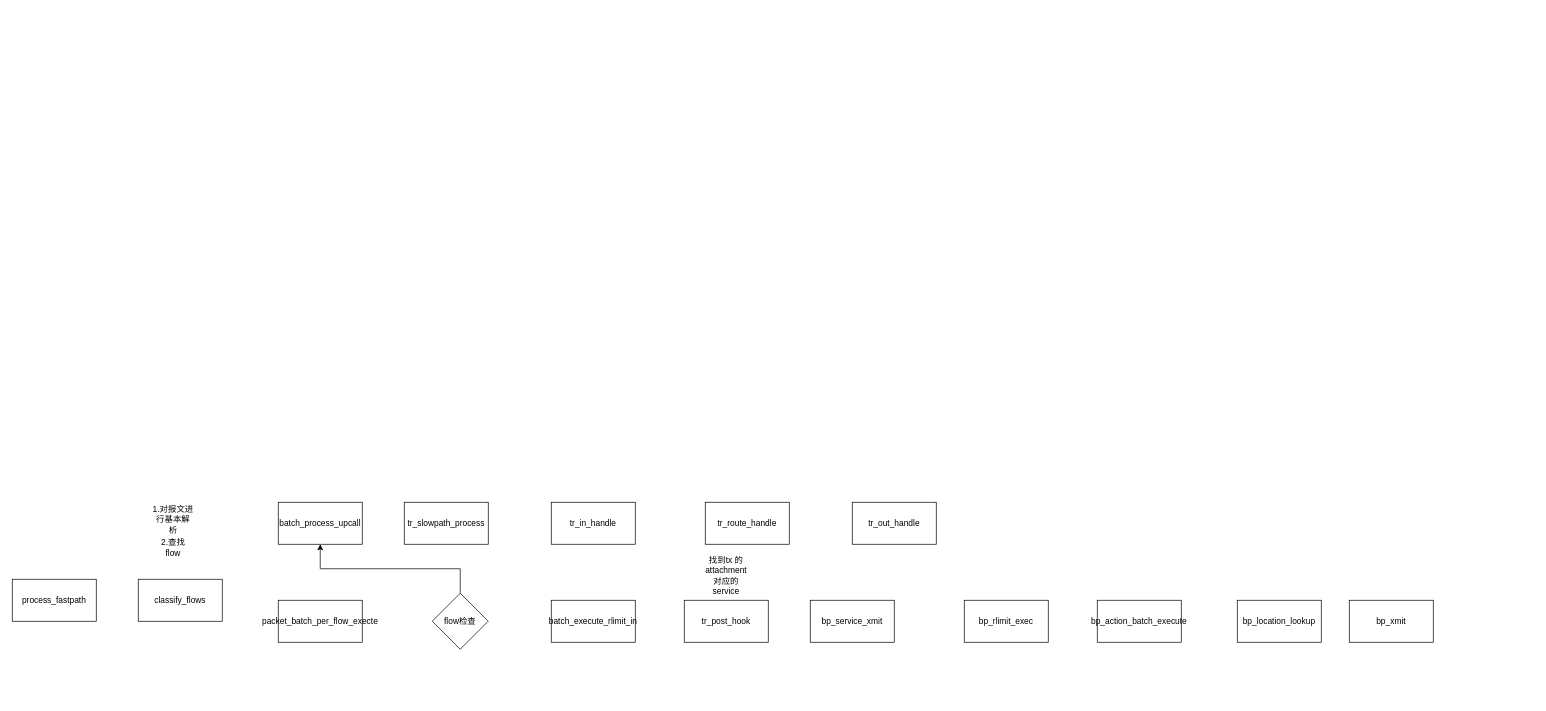
Before: 未命名绘图.drawio in gaowenbin00/username.GitHub.io, a draw.io diagram. Source tidied: cells renumbered, new cells numbered last; positions are measured from the earlier drawing's top-left corner, leaving out a move shared by most shapes. Both pictures are drawn from the tidied source at 70%, with x=0, y=0 at pixel (12, 502).
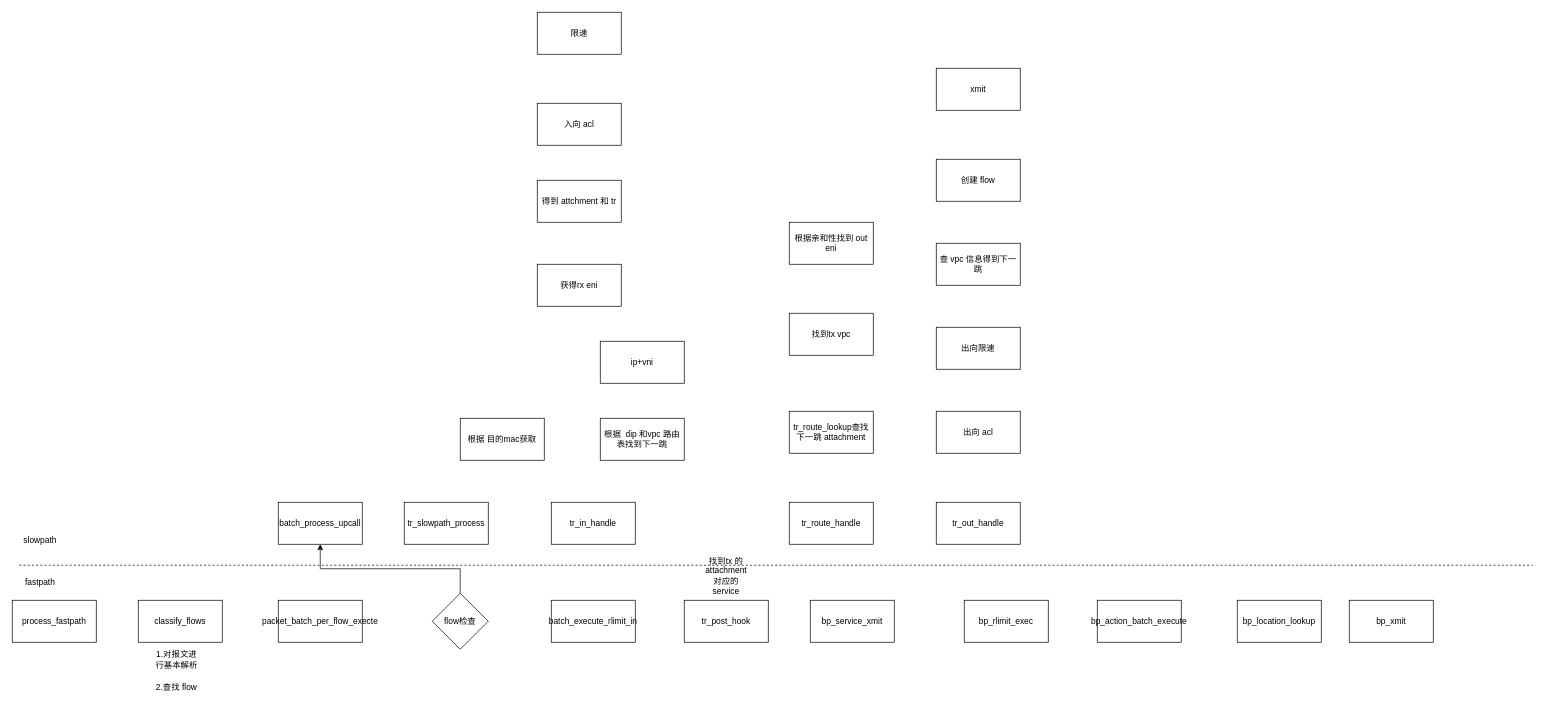
The same diagram, later.

Change to the diagram source:
```diff
@@
     <mxCell id="2" value="process_fastpath" style="rounded=0;whiteSpace=wrap;html=1;" parent="1" vertex="1">
-      <mxGeometry y="110" width="120" height="60" as="geometry" />
+      <mxGeometry y="140" width="120" height="60" as="geometry" />
     </mxCell>
     <mxCell id="3" value="classify_flows" style="rounded=0;whiteSpace=wrap;html=1;" parent="1" vertex="1">
-      <mxGeometry x="180" y="110" width="120" height="60" as="geometry" />
+      <mxGeometry x="180" y="140" width="120" height="60" as="geometry" />
     </mxCell>
     <mxCell id="4" value="1.对报文进行基本解析" style="text;html=1;strokeColor=none;fillColor=none;align=center;verticalAlign=middle;whiteSpace=wrap;rounded=0;" parent="1" vertex="1">
-      <mxGeometry x="200" y="10" width="60" height="30" as="geometry" />
+      <mxGeometry x="200" y="210" width="70" height="30" as="geometry" />
     </mxCell>
     <mxCell id="5" value="2.查找 flow" style="text;html=1;strokeColor=none;fillColor=none;align=center;verticalAlign=middle;whiteSpace=wrap;rounded=0;" parent="1" vertex="1">
-      <mxGeometry x="200" y="50" width="60" height="30" as="geometry" />
+      <mxGeometry x="200" y="250" width="70" height="30" as="geometry" />
     </mxCell>
@@
     <mxCell id="20" value="tr_route_handle" style="rounded=0;whiteSpace=wrap;html=1;" parent="1" vertex="1">
-      <mxGeometry x="990" width="120" height="60" as="geometry" />
+      <mxGeometry x="1110" width="120" height="60" as="geometry" />
     </mxCell>
     <mxCell id="21" value="tr_out_handle" style="rounded=0;whiteSpace=wrap;html=1;" parent="1" vertex="1">
-      <mxGeometry x="1200" width="120" height="60" as="geometry" />
+      <mxGeometry x="1320" width="120" height="60" as="geometry" />
     </mxCell>
+    <mxCell id="22" value="获得rx eni" style="rounded=0;whiteSpace=wrap;html=1;" parent="1" vertex="1">
+      <mxGeometry x="750" y="-340" width="120" height="60" as="geometry" />
+    </mxCell>
+    <mxCell id="23" value="根据 目的mac获取" style="rounded=0;whiteSpace=wrap;html=1;" parent="1" vertex="1">
+      <mxGeometry x="640" y="-120" width="120" height="60" as="geometry" />
+    </mxCell>
+    <mxCell id="24" value="根据&amp;nbsp; dip 和vpc 路由表找到下一跳" style="rounded=0;whiteSpace=wrap;html=1;" parent="1" vertex="1">
+      <mxGeometry x="840" y="-120" width="120" height="60" as="geometry" />
+    </mxCell>
+    <mxCell id="25" value="ip+vni" style="rounded=0;whiteSpace=wrap;html=1;" parent="1" vertex="1">
+      <mxGeometry x="840" y="-230" width="120" height="60" as="geometry" />
+    </mxCell>
+    <mxCell id="26" value="得到 attchment 和 tr" style="rounded=0;whiteSpace=wrap;html=1;" parent="1" vertex="1">
+      <mxGeometry x="750" y="-460" width="120" height="60" as="geometry" />
+    </mxCell>
+    <mxCell id="27" value="入向 acl" style="rounded=0;whiteSpace=wrap;html=1;" parent="1" vertex="1">
+      <mxGeometry x="750" y="-570" width="120" height="60" as="geometry" />
+    </mxCell>
+    <mxCell id="28" value="限速" style="rounded=0;whiteSpace=wrap;html=1;" parent="1" vertex="1">
+      <mxGeometry x="750" y="-700" width="120" height="60" as="geometry" />
+    </mxCell>
+    <mxCell id="29" value="tr_route_lookup查找下一跳 attachment" style="rounded=0;whiteSpace=wrap;html=1;" parent="1" vertex="1">
+      <mxGeometry x="1110" y="-130" width="120" height="60" as="geometry" />
+    </mxCell>
+    <mxCell id="30" value="找到tx vpc" style="rounded=0;whiteSpace=wrap;html=1;" parent="1" vertex="1">
+      <mxGeometry x="1110" y="-270" width="120" height="60" as="geometry" />
+    </mxCell>
+    <mxCell id="31" value="根据亲和性找到 out eni" style="rounded=0;whiteSpace=wrap;html=1;" parent="1" vertex="1">
+      <mxGeometry x="1110" y="-400" width="120" height="60" as="geometry" />
+    </mxCell>
+    <mxCell id="32" value="出向 acl" style="rounded=0;whiteSpace=wrap;html=1;" parent="1" vertex="1">
+      <mxGeometry x="1320" y="-130" width="120" height="60" as="geometry" />
+    </mxCell>
+    <mxCell id="33" value="出向限速" style="rounded=0;whiteSpace=wrap;html=1;" parent="1" vertex="1">
+      <mxGeometry x="1320" y="-250" width="120" height="60" as="geometry" />
+    </mxCell>
+    <mxCell id="34" value="查 vpc 信息得到下一跳" style="rounded=0;whiteSpace=wrap;html=1;" parent="1" vertex="1">
+      <mxGeometry x="1320" y="-370" width="120" height="60" as="geometry" />
+    </mxCell>
+    <mxCell id="35" value="创建 flow" style="rounded=0;whiteSpace=wrap;html=1;" parent="1" vertex="1">
+      <mxGeometry x="1320" y="-490" width="120" height="60" as="geometry" />
+    </mxCell>
+    <mxCell id="36" value="xmit" style="rounded=0;whiteSpace=wrap;html=1;" parent="1" vertex="1">
+      <mxGeometry x="1320" y="-620" width="120" height="60" as="geometry" />
+    </mxCell>
+    <mxCell id="37" style="endArrow=none;dashed=1;html=1;rounded=0;" parent="1" edge="1">
+      <mxGeometry relative="1" as="geometry">
+        <mxPoint x="10" y="90" as="sourcePoint" />
+        <mxPoint x="2172" y="90" as="targetPoint" />
+      </mxGeometry>
+    </mxCell>
+    <mxCell id="38" value="slowpath" style="text;html=1;strokeColor=none;fillColor=none;align=center;verticalAlign=middle;whiteSpace=wrap;rounded=0;" parent="1" vertex="1">
+      <mxGeometry x="10" y="40" width="60" height="30" as="geometry" />
+    </mxCell>
+    <mxCell id="39" value="fastpath" style="text;html=1;strokeColor=none;fillColor=none;align=center;verticalAlign=middle;whiteSpace=wrap;rounded=0;" parent="1" vertex="1">
+      <mxGeometry x="10" y="100" width="60" height="30" as="geometry" />
+    </mxCell>
```
